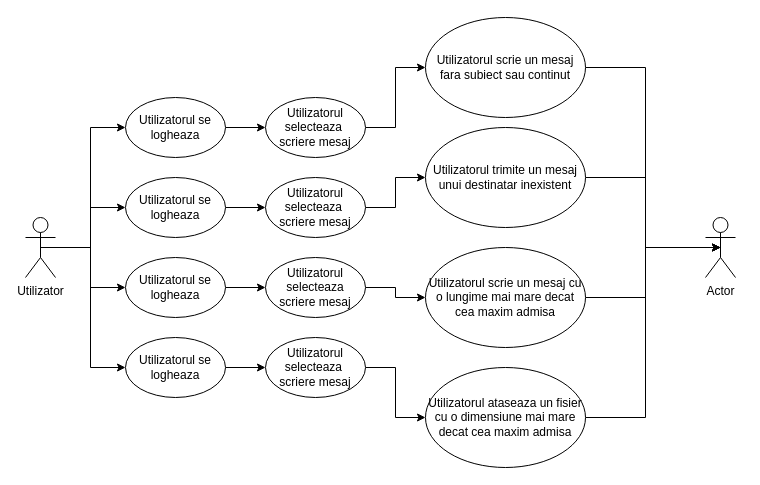
Bogdan405/IP-A7-QA keeps this draw.io diagram as Burghi/lab6/Testare_Mesaj.drawio. Above is the earlier version. Source tidied: cells renumbered, new cells numbered last; positions are measured from the earlier drawing's top-left corner, leaving out a move shared by most shapes. Both pictures are drawn from the tidied source at 100%, with x=0, y=0 at pixel (25, 17).
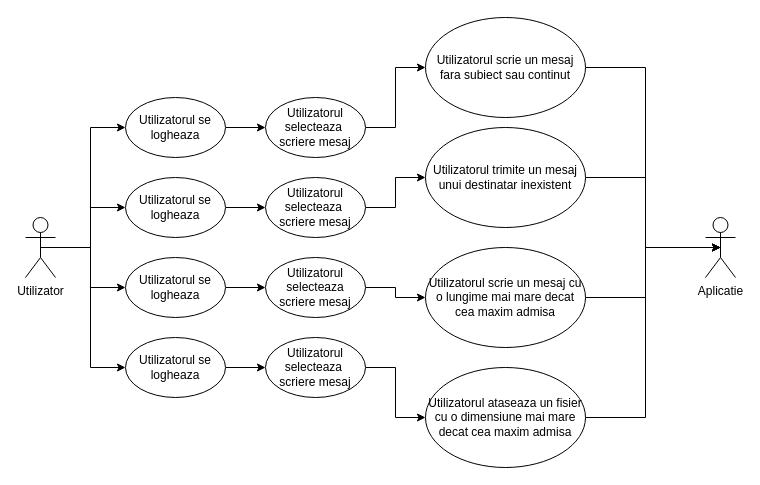
After the change.

The edit, as a diff of the source:
```diff
@@
-    <mxCell id="31" value="Actor" style="shape=umlActor;verticalLabelPosition=bottom;labelBackgroundColor=#ffffff;verticalAlign=top;html=1;outlineConnect=0;" parent="1" vertex="1">
+    <mxCell id="31" value="Aplicatie" style="shape=umlActor;verticalLabelPosition=bottom;labelBackgroundColor=#ffffff;verticalAlign=top;html=1;outlineConnect=0;" parent="1" vertex="1">
       <mxGeometry x="680" y="200" width="30" height="60" as="geometry" />
     </mxCell>
```
